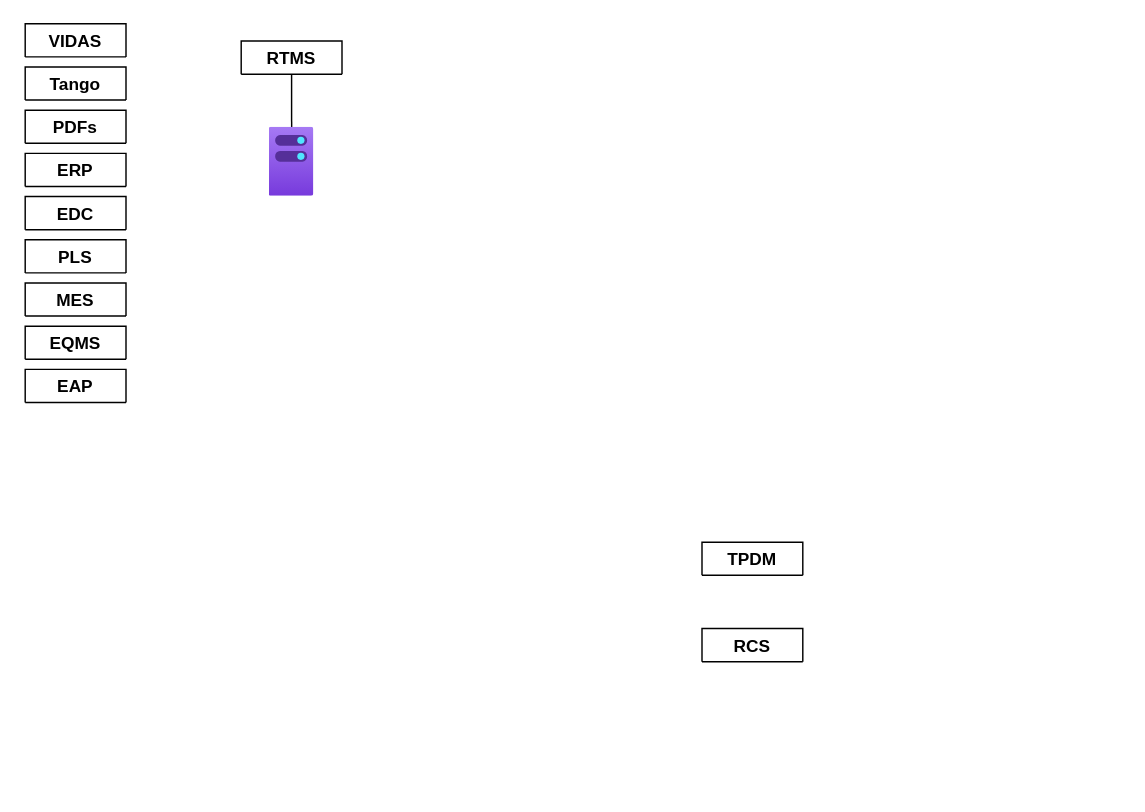
The draw.io diagram 宇宙.drawio in sgsgsgsg/drawIO, before the edit. Source tidied: cells renumbered, new cells numbered last; positions are measured from the earlier drawing's top-left corner, leaving out a move shared by most shapes. Both pictures are drawn from the tidied source at 144%, with x=0, y=0 at pixel (24, 23).
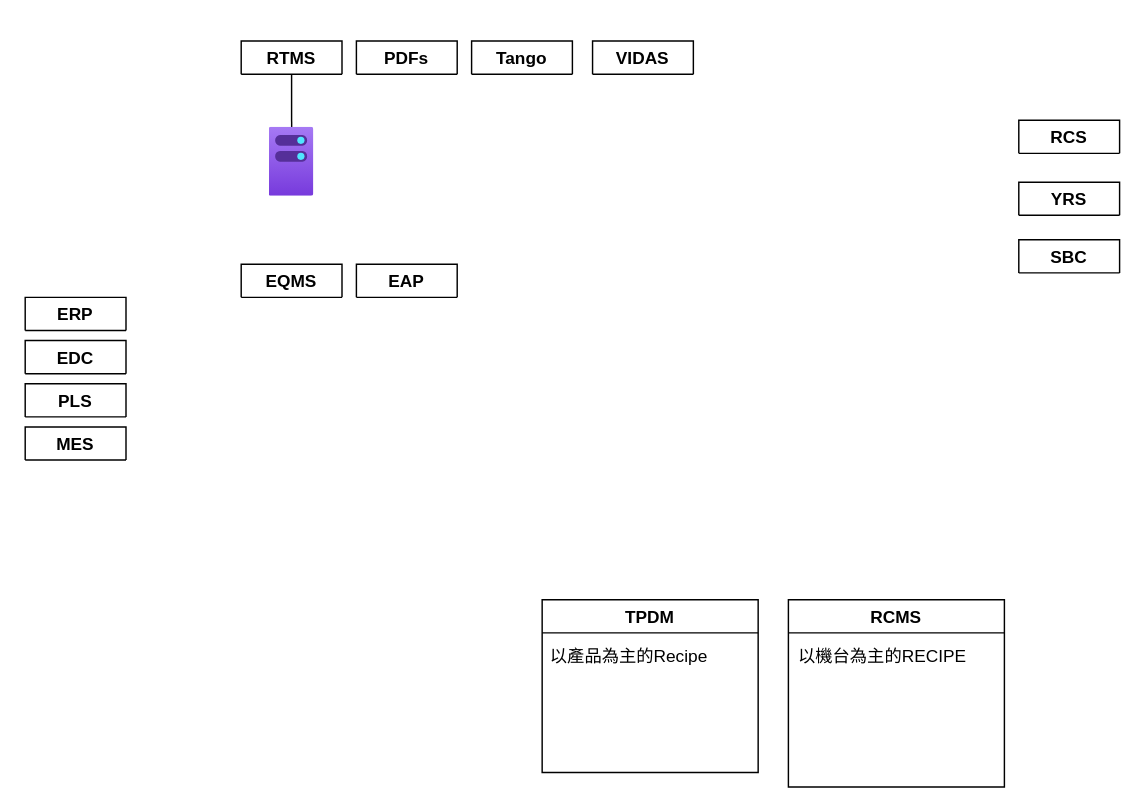
Above is the later version.

The edit, as a diff of the source:
```diff
@@
     <mxCell id="5" value="MES" style="swimlane;" parent="1" vertex="1" collapsed="1">
-      <mxGeometry y="180" width="70" height="23" as="geometry" />
+      <mxGeometry y="280" width="70" height="23" as="geometry" />
     </mxCell>
     <mxCell id="6" value="ERP" style="swimlane;" parent="1" vertex="1" collapsed="1">
-      <mxGeometry y="90" width="70" height="23" as="geometry" />
+      <mxGeometry y="190" width="70" height="23" as="geometry" />
     </mxCell>
     <mxCell id="7" value="EQMS" style="swimlane;" parent="1" vertex="1" collapsed="1">
-      <mxGeometry y="210" width="70" height="23" as="geometry" />
+      <mxGeometry x="150" y="167" width="70" height="23" as="geometry" />
     </mxCell>
     <mxCell id="8" value="EAP" style="swimlane;" parent="1" vertex="1" collapsed="1">
-      <mxGeometry y="240" width="70" height="23" as="geometry" />
+      <mxGeometry x="230" y="167" width="70" height="23" as="geometry" />
     </mxCell>
     <mxCell id="9" value="RCS" style="swimlane;" parent="1" vertex="1" collapsed="1">
-      <mxGeometry x="470" y="420" width="70" height="23" as="geometry" />
+      <mxGeometry x="690" y="67" width="70" height="23" as="geometry" />
     </mxCell>
-    <mxCell id="10" value="TPDM" style="swimlane;" parent="1" vertex="1" collapsed="1">
-      <mxGeometry x="470" y="360" width="70" height="23" as="geometry" />
+    <mxCell id="10" value="TPDM" style="swimlane;" parent="1" vertex="1">
+      <mxGeometry x="359" y="400" width="150" height="120" as="geometry" />
     </mxCell>
+    <mxCell id="16" value="以產品為主的Recipe" style="text;html=1;align=center;verticalAlign=middle;strokeColor=none;" parent="10" vertex="1">
+      <mxGeometry y="30" width="120" height="20" as="geometry" />
+    </mxCell>
     <mxCell id="11" value="PLS" style="swimlane;" parent="1" vertex="1" collapsed="1">
-      <mxGeometry y="150" width="70" height="23" as="geometry" />
+      <mxGeometry y="250" width="70" height="23" as="geometry" />
     </mxCell>
     <mxCell id="12" value="EDC" style="swimlane;" parent="1" vertex="1" collapsed="1">
-      <mxGeometry y="120" width="70" height="23" as="geometry" />
+      <mxGeometry y="220" width="70" height="23" as="geometry" />
     </mxCell>
     <mxCell id="13" value="VIDAS" style="swimlane;" parent="1" vertex="1" collapsed="1">
-      <mxGeometry width="70" height="23" as="geometry" />
+      <mxGeometry x="394" y="12" width="70" height="23" as="geometry" />
     </mxCell>
     <mxCell id="14" value="Tango" style="swimlane;" parent="1" vertex="1" collapsed="1">
-      <mxGeometry y="30" width="70" height="23" as="geometry" />
+      <mxGeometry x="310" y="12" width="70" height="23" as="geometry" />
     </mxCell>
     <mxCell id="15" value="PDFs" style="swimlane;" parent="1" vertex="1" collapsed="1">
-      <mxGeometry y="60" width="70" height="23" as="geometry" />
+      <mxGeometry x="230" y="12" width="70" height="23" as="geometry" />
     </mxCell>
+    <mxCell id="17" value="RCMS" style="swimlane;" parent="1" vertex="1">
+      <mxGeometry x="530" y="400" width="150" height="130" as="geometry" />
+    </mxCell>
+    <mxCell id="18" value="以機台為主的RECIPE" style="text;html=1;align=center;verticalAlign=middle;strokeColor=none;" parent="17" vertex="1">
+      <mxGeometry y="30" width="130" height="20" as="geometry" />
+    </mxCell>
+    <mxCell id="19" value="YRS" style="swimlane;startSize=23;" parent="1" vertex="1" collapsed="1">
+      <mxGeometry x="690" y="110" width="70" height="23" as="geometry" />
+    </mxCell>
+    <mxCell id="20" value="SBC" style="swimlane;startSize=23;" parent="1" vertex="1" collapsed="1">
+      <mxGeometry x="690" y="150" width="70" height="23" as="geometry" />
+    </mxCell>
```
